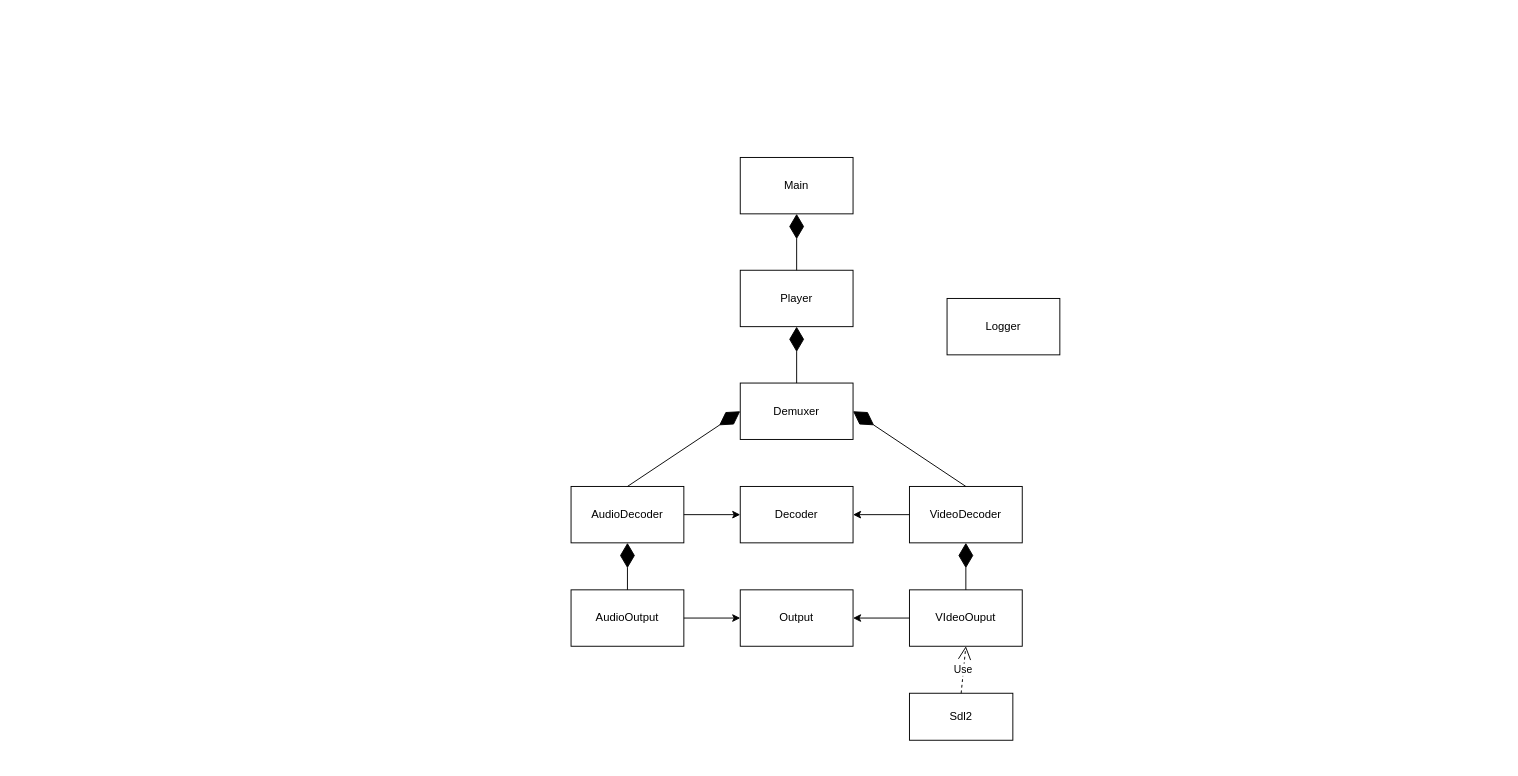
This is document/detail_design.drawio from Huuloc101010/MediaPlayer, a draw.io file, before an edit. Source tidied: cells renumbered, new cells numbered last; positions are measured from the earlier drawing's top-left corner, leaving out a move shared by most shapes. Both pictures are drawn from the tidied source at 94%, with x=0, y=0 at pixel (571, 157).
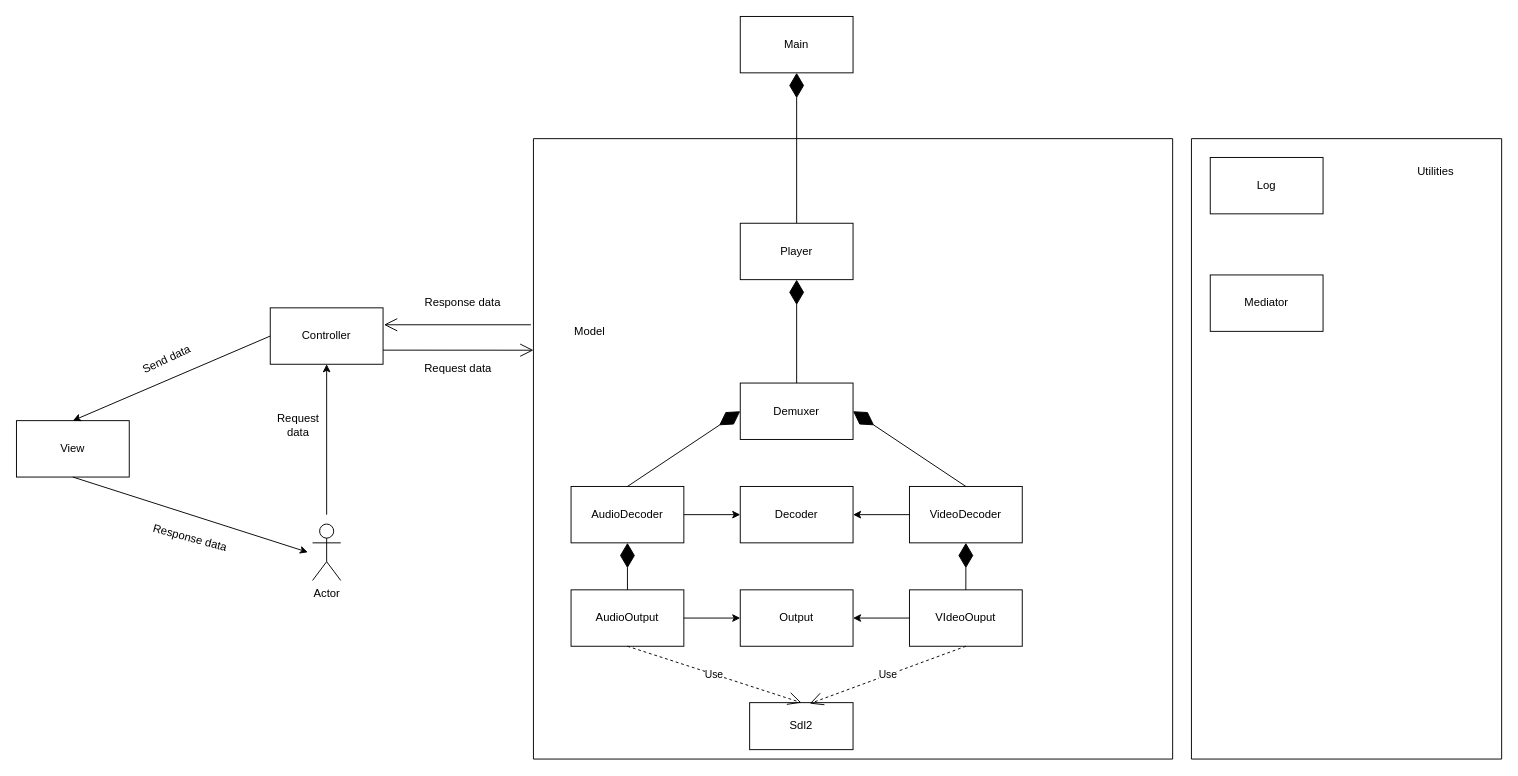
Above is the later version.

Commit message:
modify detail design

The change refers to these unchanged cells:
```xml
<mxCell id="8" value="VIdeoOuput" style="rounded=0;whiteSpace=wrap;html=1;" parent="1" vertex="1">
  <mxGeometry x="360" y="460" width="120" height="60" as="geometry" />
</mxCell>
<mxCell id="9" value="AudioOutput" style="rounded=0;whiteSpace=wrap;html=1;" parent="1" vertex="1">
  <mxGeometry y="460" width="120" height="60" as="geometry" />
</mxCell>
```

What changed in the source:
```diff
@@
-    <mxCell id="2" value="Player" style="rounded=0;whiteSpace=wrap;html=1;strokeColor=default;fillColor=default;" parent="1" vertex="1">
-      <mxGeometry x="180" y="120" width="120" height="60" as="geometry" />
-    </mxCell>
@@
-    <mxCell id="10" value="Logger" style="rounded=0;whiteSpace=wrap;html=1;" parent="1" vertex="1">
-      <mxGeometry x="400" y="150" width="120" height="60" as="geometry" />
+    <mxCell id="10" value="Log" style="rounded=0;whiteSpace=wrap;html=1;" parent="1" vertex="1">
+      <mxGeometry x="680" width="120" height="60" as="geometry" />
     </mxCell>
     <mxCell id="11" value="Main" style="rounded=0;whiteSpace=wrap;html=1;" parent="1" vertex="1">
-      <mxGeometry x="180" width="120" height="60" as="geometry" />
+      <mxGeometry x="180" y="-150" width="120" height="60" as="geometry" />
     </mxCell>
@@
     <mxCell id="22" value="Sdl2" style="html=1;whiteSpace=wrap;" parent="1" vertex="1">
-      <mxGeometry x="360" y="570" width="110" height="50" as="geometry" />
+      <mxGeometry x="190" y="580" width="110" height="50" as="geometry" />
     </mxCell>
-    <mxCell id="23" value="Use" style="endArrow=open;endSize=12;dashed=1;html=1;rounded=0;exitX=0.5;exitY=0;exitDx=0;exitDy=0;entryX=0.5;entryY=1;entryDx=0;entryDy=0;" parent="1" edge="1" source="22" target="8">
-      <mxGeometry relative="1" as="geometry" />
-    </mxCell>
+    <mxCell id="24" value="Mediator" style="rounded=0;whiteSpace=wrap;html=1;" parent="1" vertex="1">
+      <mxGeometry x="680" y="125" width="120" height="60" as="geometry" />
+    </mxCell>
+    <mxCell id="25" value="Use" style="endArrow=open;endSize=12;dashed=1;html=1;rounded=0;exitX=0.5;exitY=1;exitDx=0;exitDy=0;entryX=0.582;entryY=0.02;entryDx=0;entryDy=0;entryPerimeter=0;" parent="1" edge="1" source="8" target="22">
+      <mxGeometry relative="1" as="geometry" />
+    </mxCell>
+    <mxCell id="26" value="Use" style="endArrow=open;endSize=12;dashed=1;html=1;rounded=0;exitX=0.5;exitY=1;exitDx=0;exitDy=0;entryX=0.5;entryY=0;entryDx=0;entryDy=0;" parent="1" edge="1" source="9" target="22">
+      <mxGeometry relative="1" as="geometry" />
+    </mxCell>
+    <mxCell id="27" style="swimlane;startSize=0;gradientColor=none;swimlaneFillColor=none;" parent="1" vertex="1">
+      <mxGeometry x="-40" y="-20" width="680" height="660" as="geometry" />
+    </mxCell>
+    <mxCell id="28" value="Model" style="text;html=1;whiteSpace=wrap;strokeColor=none;fillColor=none;align=center;verticalAlign=middle;rounded=0;" parent="27" vertex="1">
+      <mxGeometry x="30" y="190" width="60" height="30" as="geometry" />
+    </mxCell>
+    <mxCell id="2" value="Player" style="rounded=0;whiteSpace=wrap;html=1;strokeColor=default;fillColor=default;" parent="27" vertex="1">
+      <mxGeometry x="220" y="90" width="120" height="60" as="geometry" />
+    </mxCell>
+    <mxCell id="29" value="Controller" style="rounded=0;whiteSpace=wrap;html=1;" parent="1" vertex="1">
+      <mxGeometry x="-320" y="160" width="120" height="60" as="geometry" />
+    </mxCell>
+    <mxCell id="30" value="View" style="rounded=0;whiteSpace=wrap;html=1;" parent="1" vertex="1">
+      <mxGeometry x="-590" y="280" width="120" height="60" as="geometry" />
+    </mxCell>
+    <mxCell id="31" value="Actor" style="shape=umlActor;verticalLabelPosition=bottom;verticalAlign=top;html=1;" parent="1" vertex="1">
+      <mxGeometry x="-275" y="390" width="30" height="60" as="geometry" />
+    </mxCell>
+    <mxCell id="32" style="endArrow=open;endFill=1;endSize=12;html=1;rounded=0;entryX=0;entryY=0.341;entryDx=0;entryDy=0;entryPerimeter=0;exitX=1;exitY=0.75;exitDx=0;exitDy=0;" parent="1" edge="1" source="29" target="27">
+      <mxGeometry relative="1" as="geometry" />
+    </mxCell>
+    <mxCell id="33" style="endArrow=open;endFill=1;endSize=12;html=1;rounded=0;exitX=-0.004;exitY=0.3;exitDx=0;exitDy=0;exitPerimeter=0;" parent="1" edge="1" source="27">
+      <mxGeometry relative="1" as="geometry">
+        <mxPoint x="-199" y="178" as="targetPoint" />
+      </mxGeometry>
+    </mxCell>
+    <mxCell id="34" value="Request data" style="text;html=1;whiteSpace=wrap;strokeColor=none;fillColor=none;align=center;verticalAlign=middle;rounded=0;" parent="1" vertex="1">
+      <mxGeometry x="-170" y="210" width="100" height="30" as="geometry" />
+    </mxCell>
+    <mxCell id="35" value="Response data" style="text;html=1;whiteSpace=wrap;strokeColor=none;fillColor=none;align=center;verticalAlign=middle;rounded=0;" parent="1" vertex="1">
+      <mxGeometry x="-160" y="140" width="90" height="30" as="geometry" />
+    </mxCell>
+    <mxCell id="36" style="endArrow=classic;html=1;rounded=0;entryX=0.5;entryY=0;entryDx=0;entryDy=0;exitX=0;exitY=0.5;exitDx=0;exitDy=0;" parent="1" edge="1" source="29" target="30">
+      <mxGeometry relative="1" as="geometry" />
+    </mxCell>
+    <mxCell id="37" value="Send data" style="text;html=1;whiteSpace=wrap;strokeColor=none;fillColor=none;align=center;verticalAlign=middle;rounded=0;rotation=-25;" parent="1" vertex="1">
+      <mxGeometry x="-460" y="200" width="60" height="30" as="geometry" />
+    </mxCell>
+    <mxCell id="38" style="endArrow=classic;html=1;rounded=0;entryX=0.5;entryY=1;entryDx=0;entryDy=0;entryPerimeter=0;" parent="1" edge="1" target="29">
+      <mxGeometry relative="1" as="geometry">
+        <mxPoint x="-260" y="380" as="sourcePoint" />
+      </mxGeometry>
+    </mxCell>
+    <mxCell id="39" value="Request data" style="text;html=1;whiteSpace=wrap;strokeColor=none;fillColor=none;align=center;verticalAlign=middle;rounded=0;" parent="1" vertex="1">
+      <mxGeometry x="-320" y="270" width="60" height="30" as="geometry" />
+    </mxCell>
+    <mxCell id="40" style="endArrow=classic;html=1;rounded=0;exitX=0.5;exitY=1;exitDx=0;exitDy=0;" parent="1" edge="1" source="30">
+      <mxGeometry relative="1" as="geometry">
+        <mxPoint x="-280" y="420" as="targetPoint" />
+      </mxGeometry>
+    </mxCell>
+    <mxCell id="41" value="Response data" style="text;html=1;whiteSpace=wrap;strokeColor=none;fillColor=none;align=center;verticalAlign=middle;rounded=0;rotation=15;" parent="1" vertex="1">
+      <mxGeometry x="-470" y="390" width="130" height="30" as="geometry" />
+    </mxCell>
+    <mxCell id="42" style="swimlane;startSize=0;" parent="1" vertex="1">
+      <mxGeometry x="660" y="-20" width="330" height="660" as="geometry" />
+    </mxCell>
+    <mxCell id="43" value="Utilities" style="text;html=1;whiteSpace=wrap;strokeColor=none;fillColor=none;align=center;verticalAlign=middle;rounded=0;" parent="42" vertex="1">
+      <mxGeometry x="230" y="20" width="60" height="30" as="geometry" />
+    </mxCell>
```
